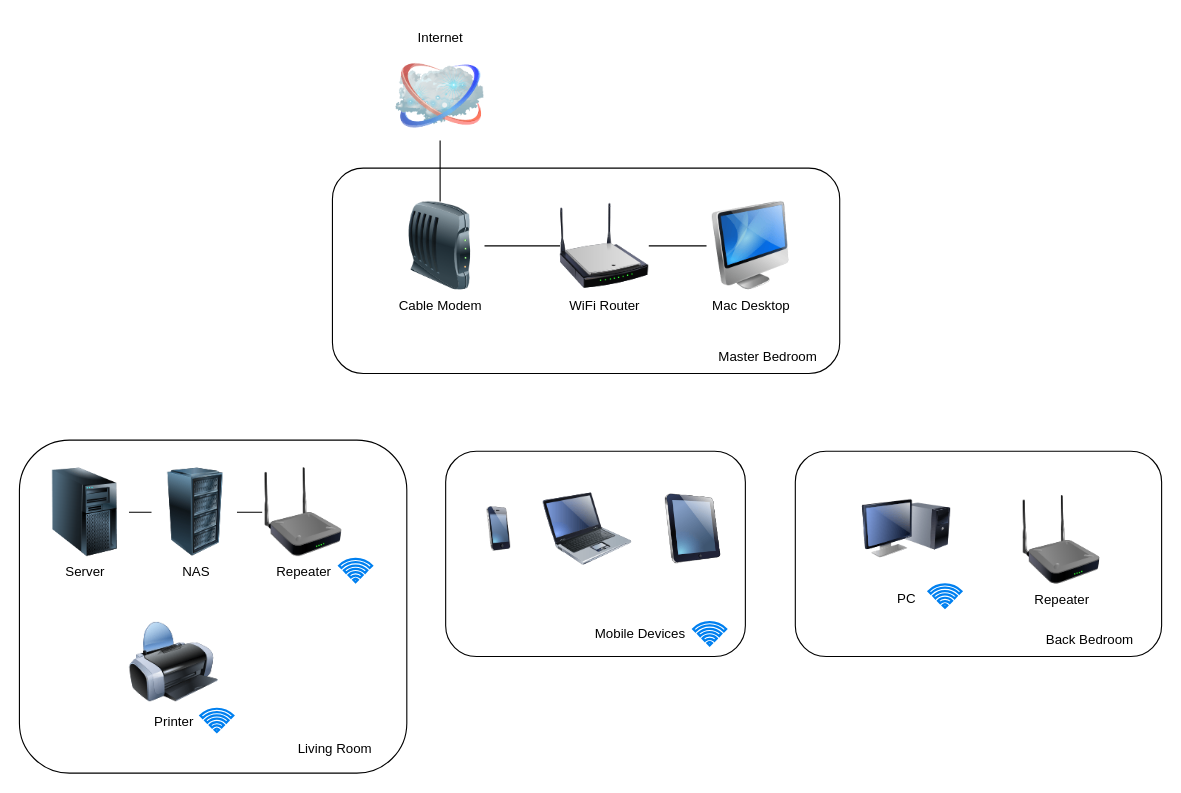
0xg0nz0/homelab keeps this draw.io diagram as docs/diagrams/network_high_level.drawio. Above is the earlier version. Source tidied: cells renumbered, new cells numbered last; positions are measured from the earlier drawing's top-left corner, leaving out a move shared by most shapes. Both pictures are drawn from the tidied source at 111%, with x=0, y=0 at pixel (19, 51).
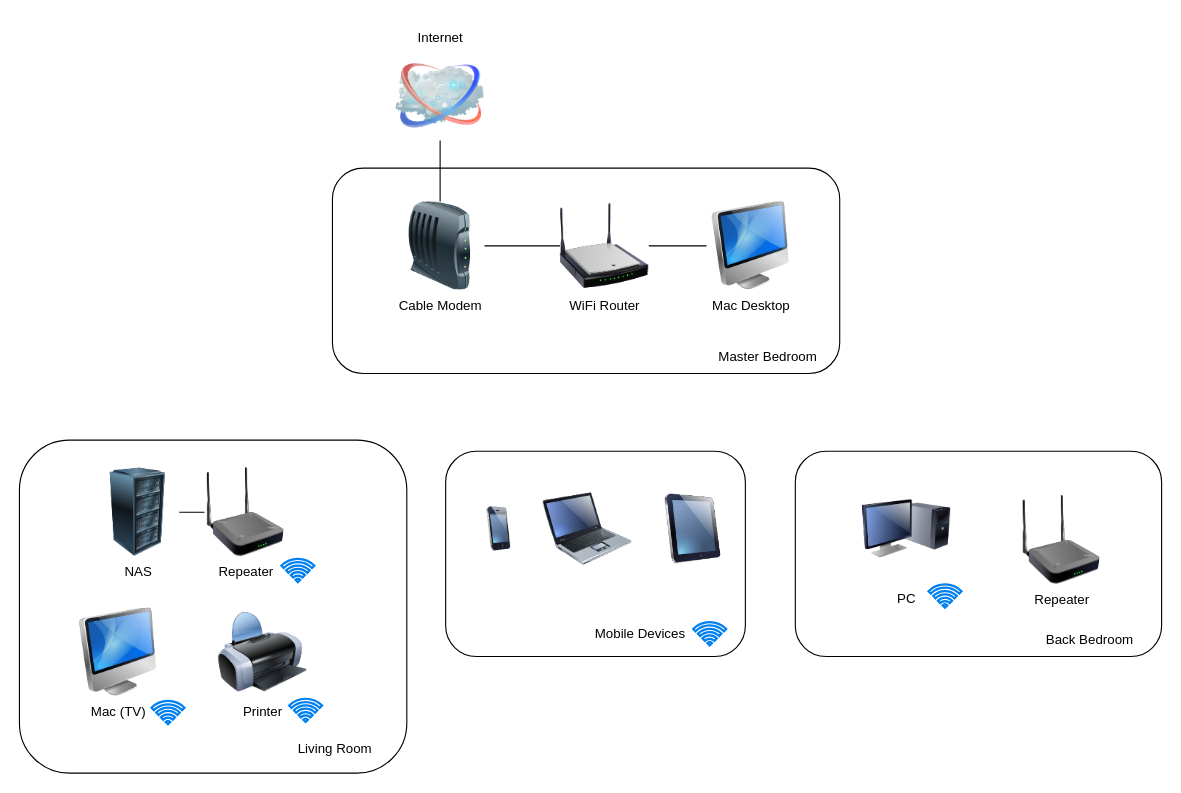
After the change.

Diff of the diagram source:
```diff
@@
-    <mxCell id="6" value="&lt;font style=&quot;font-size: 12px;&quot;&gt;Internet&lt;/font&gt;" style="image;html=1;labelBackgroundColor=#ffffff;image=img/lib/clip_art/networking/Cloud_128x128.png;rounded=1;shadow=0;comic=0;strokeWidth=2;fontSize=22;labelPosition=center;verticalLabelPosition=top;align=center;verticalAlign=bottom;" parent="1" vertex="1">
+    <mxCell id="6" value="&lt;font style=&quot;font-size: 12px;&quot;&gt;Internet&lt;/font&gt;" style="image;html=1;image=img/lib/clip_art/networking/Cloud_128x128.png;rounded=1;shadow=0;comic=0;strokeWidth=2;fontSize=22;labelPosition=center;verticalLabelPosition=top;align=center;verticalAlign=bottom;" parent="1" vertex="1">
       <mxGeometry x="339" width="80" height="80" as="geometry" />
     </mxCell>
-    <mxCell id="7" value="&lt;font style=&quot;font-size: 12px;&quot;&gt;PC&lt;/font&gt;" style="image;html=1;labelBackgroundColor=#ffffff;image=img/lib/clip_art/computers/Monitor_Tower_128x128.png;rounded=1;shadow=0;comic=0;strokeWidth=2;fontSize=22;" parent="1" vertex="1">
+    <mxCell id="7" value="&lt;font style=&quot;font-size: 12px;&quot;&gt;PC&lt;/font&gt;" style="image;html=1;image=img/lib/clip_art/computers/Monitor_Tower_128x128.png;rounded=1;shadow=0;comic=0;strokeWidth=2;fontSize=22;" parent="1" vertex="1">
       <mxGeometry x="759" y="390" width="80" height="80" as="geometry" />
     </mxCell>
-    <mxCell id="8" value="Server" style="image;html=1;image=img/lib/clip_art/computers/Server_Tower_128x128.png;" parent="1" vertex="1">
-      <mxGeometry x="19" y="375" width="80" height="80" as="geometry" />
-    </mxCell>
@@
     <mxCell id="16" value="Repeater" style="image;html=1;image=img/lib/clip_art/networking/Repeater_128x128.png;" parent="1" vertex="1">
-      <mxGeometry x="216" y="375" width="80" height="80" as="geometry" />
+      <mxGeometry x="164" y="375" width="80" height="80" as="geometry" />
     </mxCell>
     <mxCell id="17" value="Printer" style="image;html=1;image=img/lib/clip_art/computers/Printer_128x128.png;" parent="1" vertex="1">
-      <mxGeometry x="99" y="510" width="80" height="80" as="geometry" />
+      <mxGeometry x="179" y="501" width="80" height="80" as="geometry" />
     </mxCell>
@@
     <mxCell id="19" value="NAS" style="image;html=1;image=img/lib/clip_art/computers/Server_Rack_128x128.png;" parent="1" vertex="1">
-      <mxGeometry x="118.7" y="375" width="80" height="80" as="geometry" />
+      <mxGeometry x="66.7" y="375" width="80" height="80" as="geometry" />
     </mxCell>
@@
     <mxCell id="26" style="html=1;verticalLabelPosition=bottom;align=center;labelBackgroundColor=#ffffff;verticalAlign=top;strokeWidth=2;strokeColor=#0080F0;shadow=0;dashed=0;shape=mxgraph.ios7.icons.wifi;" parent="1" vertex="1">
-      <mxGeometry x="163" y="592" width="29.7" height="21" as="geometry" />
+      <mxGeometry x="243" y="583" width="29.7" height="21" as="geometry" />
     </mxCell>
     <mxCell id="27" style="html=1;verticalLabelPosition=bottom;align=center;labelBackgroundColor=#ffffff;verticalAlign=top;strokeWidth=2;strokeColor=#0080F0;shadow=0;dashed=0;shape=mxgraph.ios7.icons.wifi;" parent="1" vertex="1">
-      <mxGeometry x="288" y="457" width="29.7" height="21" as="geometry" />
+      <mxGeometry x="236" y="457" width="29.7" height="21" as="geometry" />
     </mxCell>
-    <mxCell id="28" style="edgeStyle=orthogonalEdgeStyle;rounded=0;jettySize=auto;html=1;endArrow=none;endFill=0;" parent="1" edge="1" source="19" target="8">
-      <mxGeometry relative="1" as="geometry" />
-    </mxCell>
@@
+    <mxCell id="32" value="Mac (TV)" style="image;html=1;image=img/lib/clip_art/computers/iMac_128x128.png;" parent="1" vertex="1">
+      <mxGeometry x="49" y="501" width="80" height="80" as="geometry" />
+    </mxCell>
+    <mxCell id="33" style="html=1;verticalLabelPosition=bottom;align=center;labelBackgroundColor=#ffffff;verticalAlign=top;strokeWidth=2;strokeColor=#0080F0;shadow=0;dashed=0;shape=mxgraph.ios7.icons.wifi;" parent="1" vertex="1">
+      <mxGeometry x="119" y="585" width="29.7" height="21" as="geometry" />
+    </mxCell>
```
